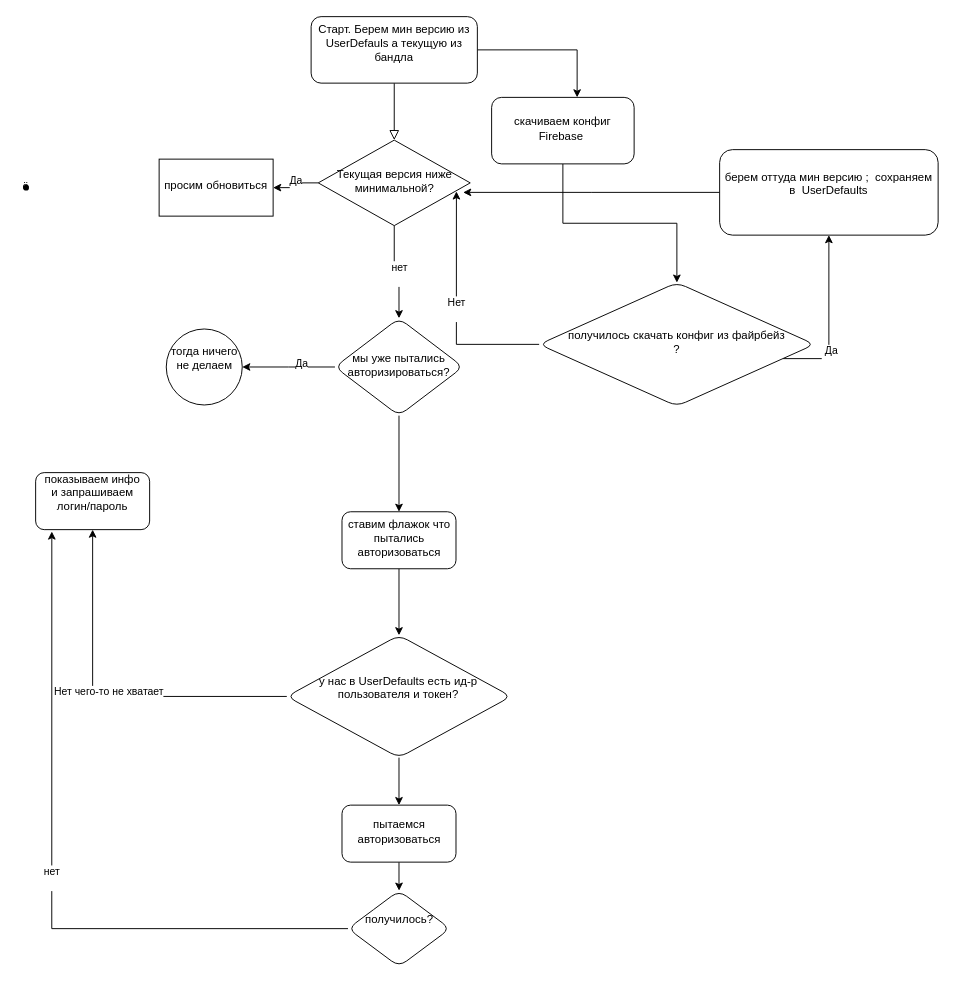
Before: page "Page-1" (1 of 2) of Диаграмма без названия.drawio in Izulle/Draw, a draw.io diagram. Source tidied: cells renumbered, new cells numbered last; positions are measured from the earlier drawing's top-left corner, leaving out a move shared by most shapes. Both pictures are drawn from the tidied source at 95%, with x=0, y=0 at pixel (16, 16).
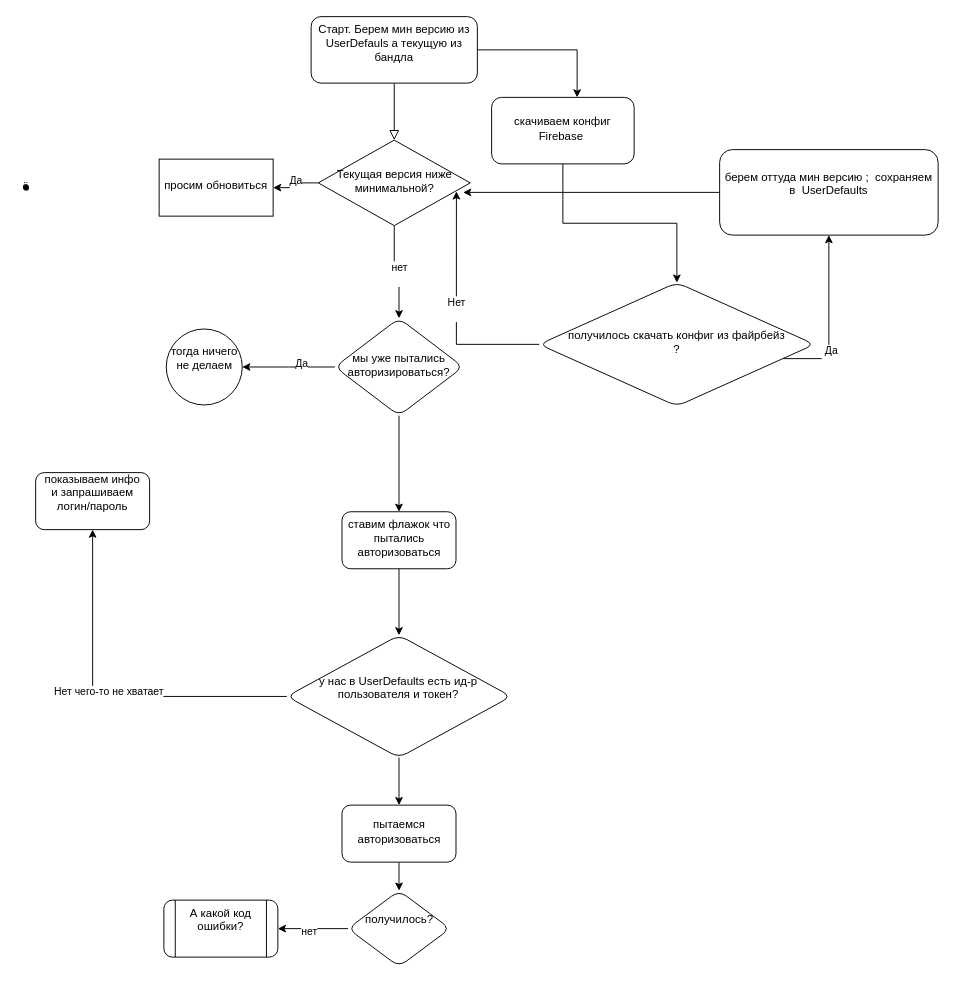
Above is the later version.

Unchanged cells that the change refers to:
```xml
<mxCell id="31" value="&lt;div&gt;показываем инфо и запрашиваем логин/пароль&lt;/div&gt;&lt;div&gt;&lt;br&gt;&lt;/div&gt;" style="rounded=1;whiteSpace=wrap;html=1;shadow=0;strokeWidth=1;spacing=6;spacingTop=-4;" parent="1" vertex="1">
  <mxGeometry x="20" y="480" width="120" height="60" as="geometry" />
</mxCell>
<mxCell id="35" value="&lt;div&gt;получилось?&lt;/div&gt;&lt;div&gt;&lt;br&gt;&lt;/div&gt;" style="rhombus;whiteSpace=wrap;html=1;rounded=1;shadow=0;strokeWidth=1;spacing=6;spacingTop=-4;" parent="1" vertex="1">
  <mxGeometry x="348.8" y="920" width="107.5" height="80" as="geometry" />
</mxCell>
```

What changed in the source:
```diff
@@
+    <mxCell id="36" style="edgeStyle=orthogonalEdgeStyle;rounded=0;jettySize=auto;html=1;" parent="1" edge="1" source="35" target="37">
+      <mxGeometry relative="1" as="geometry" />
+    </mxCell>
-    <mxCell id="34" value="&lt;div&gt;нет&lt;/div&gt;&lt;div&gt;&lt;br&gt;&lt;/div&gt;" style="edgeStyle=orthogonalEdgeStyle;rounded=0;jettySize=auto;html=1;exitX=0;exitY=0.5;exitDx=0;exitDy=0;entryX=0.142;entryY=1.033;entryDx=0;entryDy=0;entryPerimeter=0;" parent="1" edge="1" source="35" target="31">
-      <mxGeometry relative="1" as="geometry" />
+    <mxCell id="34" value="нет" style="edgeLabel;html=1;align=center;verticalAlign=middle;" parent="36" vertex="1">
+      <mxGeometry x="0.11" y="2" relative="1" as="geometry" />
     </mxCell>
@@
+    <mxCell id="37" value="&lt;div&gt;А какой код ошибки?&lt;/div&gt;&lt;div&gt;&lt;br&gt;&lt;/div&gt;" style="shape=process;whiteSpace=wrap;html=1;backgroundOutline=1;rounded=1;shadow=0;strokeWidth=1;spacing=6;spacingTop=-4;" parent="1" vertex="1">
+      <mxGeometry x="155" y="930" width="120" height="60" as="geometry" />
+    </mxCell>
```
